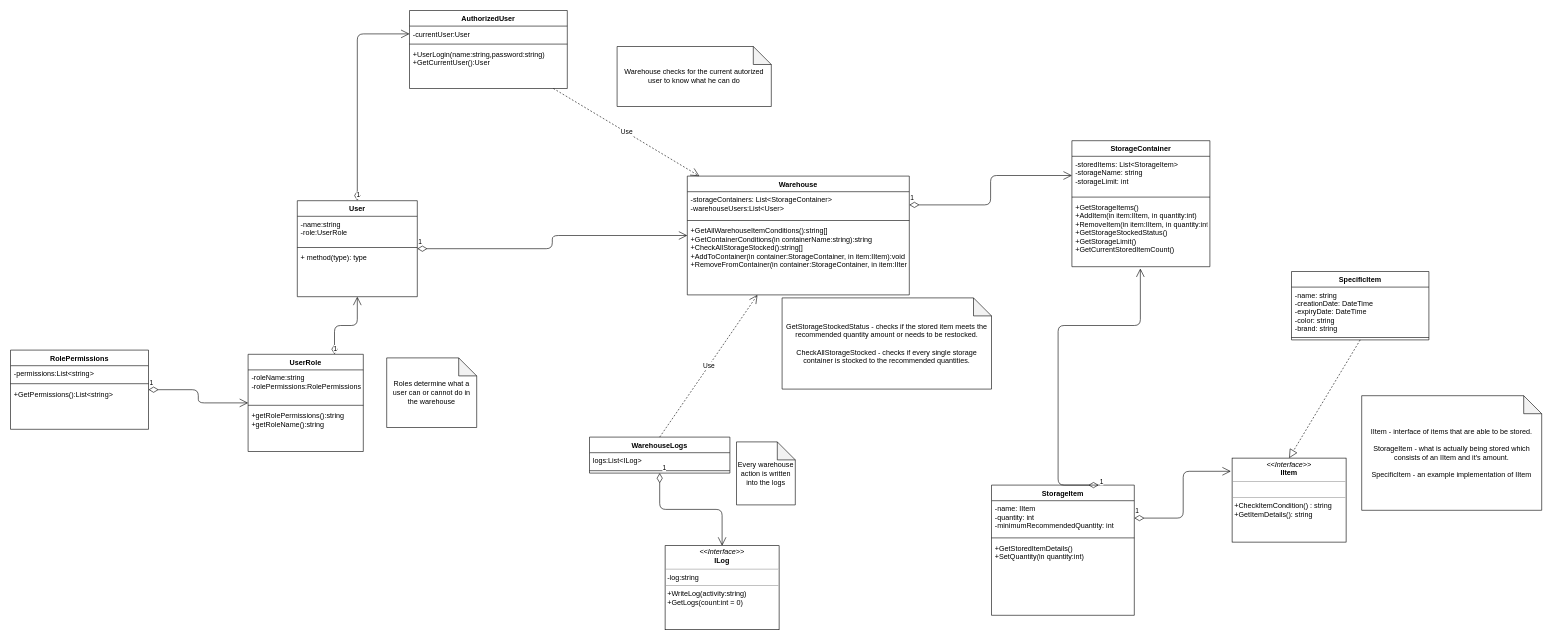
Earlier version of the draw.io diagram warehouse.drawio (igor2080/warehouse). Source tidied: cells renumbered, new cells numbered last; positions are measured from the earlier drawing's top-left corner, leaving out a move shared by most shapes. Both pictures are drawn from the tidied source at 60%, with x=0, y=0 at pixel (10, 10).
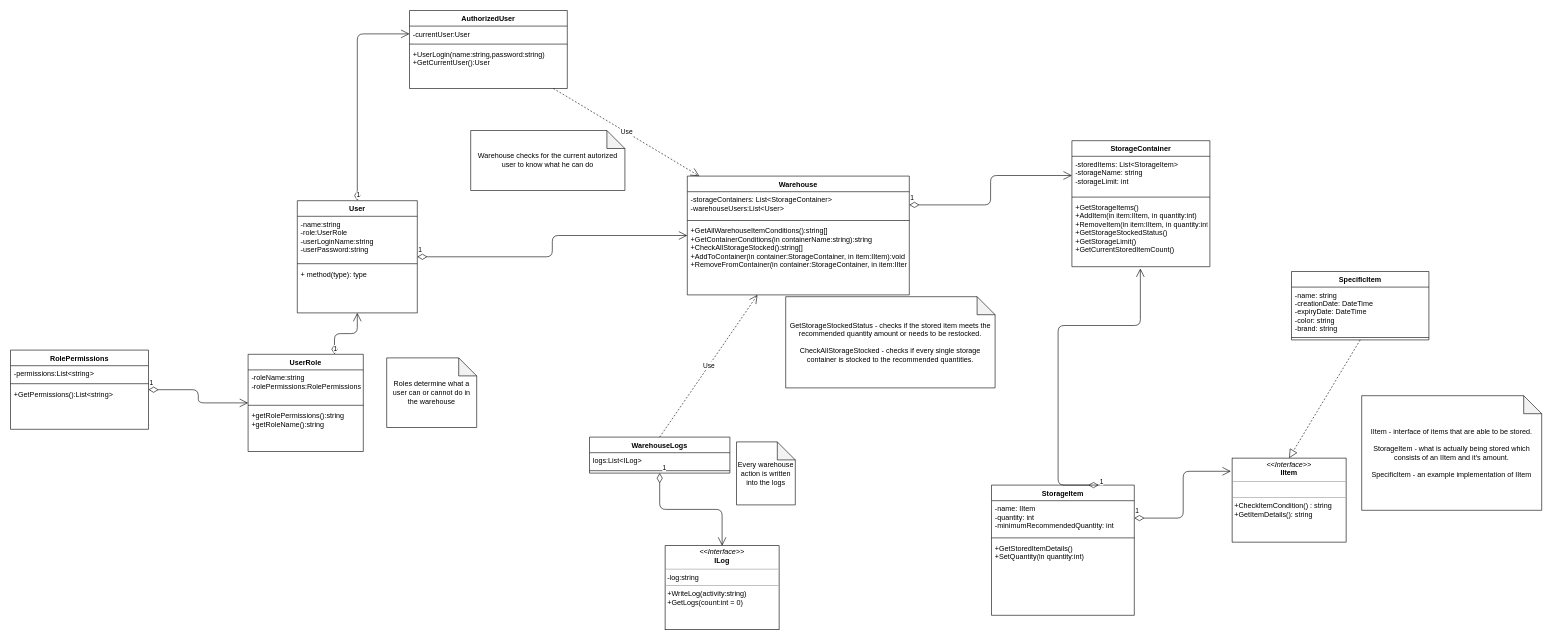
The same diagram, later.

Commit message (it also covers changes not shown here):
added login and password fields to the user class

Change to the diagram source:
```diff
@@
     <mxCell id="6" value="&lt;div&gt;GetStorageStockedStatus - checks if the stored item meets the recommended quantity amount or needs to be restocked.&lt;/div&gt;&lt;div&gt;&lt;br&gt;&lt;/div&gt;&lt;div&gt;CheckAllStorageStocked - checks if every single storage container is stocked to the recommended quantities.&lt;/div&gt;" style="shape=note;whiteSpace=wrap;html=1;backgroundOutline=1;darkOpacity=0.05;fillColor=none;" parent="1" vertex="1">
-      <mxGeometry x="1286" y="479" width="349" height="152" as="geometry" />
+      <mxGeometry x="1292" y="477" width="349" height="152" as="geometry" />
     </mxCell>
@@
     <mxCell id="24" value="User" style="swimlane;fontStyle=1;align=center;verticalAlign=top;horizontal=1;startSize=26;" parent="1" vertex="1">
-      <mxGeometry x="478" y="317" width="200" height="160" as="geometry" />
+      <mxGeometry x="478" y="317" width="200" height="187" as="geometry" />
     </mxCell>
-    <mxCell id="25" value="-name:string&#10;-role:UserRole&#10;" style="text;strokeColor=none;fillColor=none;align=left;verticalAlign=top;spacingLeft=4;spacingRight=4;overflow=hidden;" parent="24" vertex="1">
-      <mxGeometry y="26" width="200" height="48" as="geometry" />
+    <mxCell id="25" value="-name:string&#10;-role:UserRole&#10;-userLoginName:string&#10;-userPassword:string&#10;" style="text;strokeColor=none;fillColor=none;align=left;verticalAlign=top;spacingLeft=4;spacingRight=4;overflow=hidden;" parent="24" vertex="1">
+      <mxGeometry y="26" width="200" height="75" as="geometry" />
     </mxCell>
     <mxCell id="26" style="line;strokeWidth=1;fillColor=none;align=left;verticalAlign=middle;spacingTop=-1;spacingLeft=3;spacingRight=3;labelPosition=right;" parent="24" vertex="1">
-      <mxGeometry y="74" width="200" height="8" as="geometry" />
+      <mxGeometry y="101" width="200" height="8" as="geometry" />
     </mxCell>
     <mxCell id="27" value="+ method(type): type" style="text;strokeColor=none;fillColor=none;align=left;verticalAlign=top;spacingLeft=4;spacingRight=4;overflow=hidden;" parent="24" vertex="1">
-      <mxGeometry y="82" width="200" height="78" as="geometry" />
+      <mxGeometry y="109" width="200" height="78" as="geometry" />
     </mxCell>
@@
     <mxCell id="39" value="Warehouse checks for the current autorized user to know what he can do" style="shape=note;whiteSpace=wrap;html=1;backgroundOutline=1;darkOpacity=0.05;" parent="1" vertex="1">
-      <mxGeometry x="1011" y="60" width="257" height="100" as="geometry" />
+      <mxGeometry x="767" y="200" width="257" height="100" as="geometry" />
     </mxCell>
```
